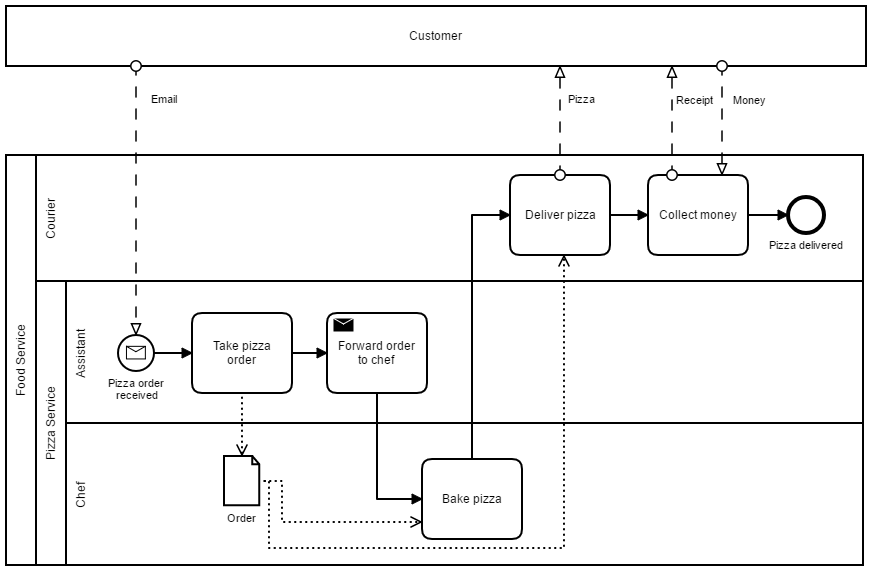
Before: images/pizza-service-operational-human-to-be-document.png, a diagram exported from BPMN (DigiBP/digibp-food-inc). Its source is kept beside it as modelling/pizza-service/pizza-service-operational-human-to-be-document.bpmn. Ids are renumbered. The source it was exported from:
```xml
<bpmn:definitions xmlns:bpmn="http://www.omg.org/spec/BPMN/20100524/MODEL" xmlns:bpmndi="http://www.omg.org/spec/BPMN/20100524/DI" xmlns:di="http://www.omg.org/spec/DD/20100524/DI" xmlns:dc="http://www.omg.org/spec/DD/20100524/DC" xmlns:xsi="http://www.w3.org/2001/XMLSchema-instance" id="Definitions_1" targetNamespace="http://bpmn.io/schema/bpmn" exporter="Camunda Modeler" exporterVersion="1.11.3">
  <bpmn:collaboration id="Collaboration_n1">
    <bpmn:participant id="Participant_n2" name="Food Service" processRef="Process_1" />
    <bpmn:participant id="Participant_n3" name="Customer" />
    <bpmn:messageFlow id="MessageFlow_n4" name="Email" sourceRef="Participant_n3" targetRef="StartEvent_n5" />
    <bpmn:messageFlow id="MessageFlow_n6" name="Pizza" sourceRef="Task_n7" targetRef="Participant_n3" />
    <bpmn:messageFlow id="MessageFlow_n8" name="Money" sourceRef="Participant_n3" targetRef="Task_n9" />
    <bpmn:messageFlow id="MessageFlow_n10" name="Receipt" sourceRef="Task_n9" targetRef="Participant_n3" />
  </bpmn:collaboration>
  <bpmn:process id="Process_1" isExecutable="true">
    <bpmn:laneSet>
      <bpmn:lane id="Lane_n11" name="Courier">
        <bpmn:flowNodeRef>Task_n9</bpmn:flowNodeRef>
        <bpmn:flowNodeRef>Task_n7</bpmn:flowNodeRef>
        <bpmn:flowNodeRef>EndEvent_n12</bpmn:flowNodeRef>
      </bpmn:lane>
      <bpmn:lane id="Lane_n13" name="Pizza Service">
        <bpmn:flowNodeRef>Task_n14</bpmn:flowNodeRef>
        <bpmn:flowNodeRef>Task_n15</bpmn:flowNodeRef>
        <bpmn:flowNodeRef>Task_n16</bpmn:flowNodeRef>
        <bpmn:flowNodeRef>StartEvent_n5</bpmn:flowNodeRef>
        <bpmn:childLaneSet xsi:type="bpmn:tLaneSet">
          <bpmn:lane id="Lane_n17" name="Assistant">
            <bpmn:flowNodeRef>Task_n15</bpmn:flowNodeRef>
            <bpmn:flowNodeRef>Task_n16</bpmn:flowNodeRef>
            <bpmn:flowNodeRef>StartEvent_n5</bpmn:flowNodeRef>
          </bpmn:lane>
          <bpmn:lane id="Lane_n18" name="Chef">
            <bpmn:flowNodeRef>Task_n14</bpmn:flowNodeRef>
          </bpmn:lane>
        </bpmn:childLaneSet>
      </bpmn:lane>
    </bpmn:laneSet>
    <bpmn:sequenceFlow id="SequenceFlow_n19" sourceRef="Task_n14" targetRef="Task_n7" />
    <bpmn:sequenceFlow id="SequenceFlow_n20" sourceRef="Task_n9" targetRef="EndEvent_n12" />
    <bpmn:sequenceFlow id="SequenceFlow_n21" sourceRef="Task_n7" targetRef="Task_n9" />
    <bpmn:endEvent id="EndEvent_n12" name="Pizza delivered">
      <bpmn:incoming>SequenceFlow_n20</bpmn:incoming>
    </bpmn:endEvent>
    <bpmn:task id="Task_n7" name="Deliver pizza">
      <bpmn:incoming>SequenceFlow_n19</bpmn:incoming>
      <bpmn:outgoing>SequenceFlow_n21</bpmn:outgoing>
      <bpmn:property id="Property_n22" name="__targetRef_placeholder" />
      <bpmn:dataInputAssociation id="DataInputAssociation_n23">
        <bpmn:sourceRef>DataObjectReference_n24</bpmn:sourceRef>
        <bpmn:targetRef>Property_n22</bpmn:targetRef>
      </bpmn:dataInputAssociation>
    </bpmn:task>
    <bpmn:task id="Task_n9" name="Collect money">
      <bpmn:incoming>SequenceFlow_n21</bpmn:incoming>
      <bpmn:outgoing>SequenceFlow_n20</bpmn:outgoing>
    </bpmn:task>
    <bpmn:sequenceFlow id="SequenceFlow_n25" sourceRef="StartEvent_n5" targetRef="Task_n15" />
    <bpmn:sequenceFlow id="SequenceFlow_n26" sourceRef="Task_n16" targetRef="Task_n14" />
    <bpmn:sequenceFlow id="SequenceFlow_n27" sourceRef="Task_n15" targetRef="Task_n16" />
    <bpmn:task id="Task_n14" name="Bake pizza">
      <bpmn:incoming>SequenceFlow_n26</bpmn:incoming>
      <bpmn:outgoing>SequenceFlow_n19</bpmn:outgoing>
      <bpmn:property id="Property_n28" name="__targetRef_placeholder" />
      <bpmn:dataInputAssociation id="DataInputAssociation_n29">
        <bpmn:sourceRef>DataObjectReference_n24</bpmn:sourceRef>
        <bpmn:targetRef>Property_n28</bpmn:targetRef>
      </bpmn:dataInputAssociation>
    </bpmn:task>
    <bpmn:task id="Task_n15" name="Take pizza order">
      <bpmn:incoming>SequenceFlow_n25</bpmn:incoming>
      <bpmn:outgoing>SequenceFlow_n27</bpmn:outgoing>
      <bpmn:dataOutputAssociation id="DataOutputAssociation_n30">
        <bpmn:targetRef>DataObjectReference_n24</bpmn:targetRef>
      </bpmn:dataOutputAssociation>
    </bpmn:task>
    <bpmn:dataObjectReference id="DataObjectReference_n24" name="Order" dataObjectRef="DataObject_n31" />
    <bpmn:dataObject id="DataObject_n31" />
    <bpmn:sendTask id="Task_n16" name="Forward order to chef">
      <bpmn:incoming>SequenceFlow_n27</bpmn:incoming>
      <bpmn:outgoing>SequenceFlow_n26</bpmn:outgoing>
    </bpmn:sendTask>
    <bpmn:startEvent id="StartEvent_n5" name="Pizza order received">
      <bpmn:outgoing>SequenceFlow_n25</bpmn:outgoing>
      <bpmn:messageEventDefinition />
    </bpmn:startEvent>
  </bpmn:process>
  <bpmndi:BPMNDiagram id="BPMNDiagram_1">
    <bpmndi:BPMNPlane id="BPMNPlane_1" bpmnElement="Collaboration_n1">
      <bpmndi:BPMNShape id="Participant_n2_di" bpmnElement="Participant_n2">
        <dc:Bounds x="116" y="182" width="857" height="410" />
      </bpmndi:BPMNShape>
      <bpmndi:BPMNShape id="Participant_1bxmz45_di" bpmnElement="Participant_n3">
        <dc:Bounds x="116" y="33" width="860" height="60" />
      </bpmndi:BPMNShape>
      <bpmndi:BPMNShape id="Lane_n11_di" bpmnElement="Lane_n11">
        <dc:Bounds x="146" y="182" width="827" height="126" />
      </bpmndi:BPMNShape>
      <bpmndi:BPMNShape id="Lane_n13_di" bpmnElement="Lane_n13">
        <dc:Bounds x="146" y="308" width="827" height="284" />
      </bpmndi:BPMNShape>
      <bpmndi:BPMNEdge id="MessageFlow_n4_di" bpmnElement="MessageFlow_n4">
        <di:waypoint xsi:type="dc:Point" x="246" y="93" />
        <di:waypoint xsi:type="dc:Point" x="246" y="362" />
        <bpmndi:BPMNLabel>
          <dc:Bounds x="261" y="118" width="27" height="12" />
        </bpmndi:BPMNLabel>
      </bpmndi:BPMNEdge>
      <bpmndi:BPMNShape id="Task_n14_di" bpmnElement="Task_n14">
        <dc:Bounds x="532" y="486" width="100" height="80" />
      </bpmndi:BPMNShape>
      <bpmndi:BPMNShape id="Task_n7_di" bpmnElement="Task_n7">
        <dc:Bounds x="620" y="202" width="100" height="80" />
      </bpmndi:BPMNShape>
      <bpmndi:BPMNEdge id="SequenceFlow_n19_di" bpmnElement="SequenceFlow_n19">
        <di:waypoint xsi:type="dc:Point" x="582" y="486" />
        <di:waypoint xsi:type="dc:Point" x="582" y="242" />
        <di:waypoint xsi:type="dc:Point" x="620" y="242" />
        <bpmndi:BPMNLabel>
          <dc:Bounds x="552" y="358" width="90" height="12" />
        </bpmndi:BPMNLabel>
      </bpmndi:BPMNEdge>
      <bpmndi:BPMNShape id="Task_n9_di" bpmnElement="Task_n9">
        <dc:Bounds x="758" y="202" width="100" height="80" />
      </bpmndi:BPMNShape>
      <bpmndi:BPMNEdge id="SequenceFlow_n21_di" bpmnElement="SequenceFlow_n21">
        <di:waypoint xsi:type="dc:Point" x="720" y="242" />
        <di:waypoint xsi:type="dc:Point" x="758" y="242" />
        <bpmndi:BPMNLabel>
          <dc:Bounds x="694" y="221" width="90" height="12" />
        </bpmndi:BPMNLabel>
      </bpmndi:BPMNEdge>
      <bpmndi:BPMNShape id="EndEvent_n12_di" bpmnElement="EndEvent_n12">
        <dc:Bounds x="898" y="224" width="36" height="36" />
        <bpmndi:BPMNLabel>
          <dc:Bounds x="879" y="264" width="74" height="12" />
        </bpmndi:BPMNLabel>
      </bpmndi:BPMNShape>
      <bpmndi:BPMNEdge id="SequenceFlow_n20_di" bpmnElement="SequenceFlow_n20">
        <di:waypoint xsi:type="dc:Point" x="858" y="242" />
        <di:waypoint xsi:type="dc:Point" x="898" y="242" />
        <bpmndi:BPMNLabel>
          <dc:Bounds x="833" y="221" width="90" height="12" />
        </bpmndi:BPMNLabel>
      </bpmndi:BPMNEdge>
      <bpmndi:BPMNEdge id="MessageFlow_n6_di" bpmnElement="MessageFlow_n6">
        <di:waypoint xsi:type="dc:Point" x="670" y="202" />
        <di:waypoint xsi:type="dc:Point" x="670" y="93" />
        <bpmndi:BPMNLabel>
          <dc:Bounds x="678" y="118" width="27" height="12" />
        </bpmndi:BPMNLabel>
      </bpmndi:BPMNEdge>
      <bpmndi:BPMNEdge id="MessageFlow_n8_di" bpmnElement="MessageFlow_n8">
        <di:waypoint xsi:type="dc:Point" x="832" y="93" />
        <di:waypoint xsi:type="dc:Point" x="832" y="202" />
        <bpmndi:BPMNLabel>
          <dc:Bounds x="843" y="119" width="33" height="12" />
        </bpmndi:BPMNLabel>
      </bpmndi:BPMNEdge>
      <bpmndi:BPMNEdge id="MessageFlow_n10_di" bpmnElement="MessageFlow_n10">
        <di:waypoint xsi:type="dc:Point" x="782" y="202" />
        <di:waypoint xsi:type="dc:Point" x="782" y="93" />
        <bpmndi:BPMNLabel>
          <dc:Bounds x="786" y="119" width="38" height="12" />
        </bpmndi:BPMNLabel>
      </bpmndi:BPMNEdge>
      <bpmndi:BPMNEdge id="SequenceFlow_n25_di" bpmnElement="SequenceFlow_n25">
        <di:waypoint xsi:type="dc:Point" x="264" y="380" />
        <di:waypoint xsi:type="dc:Point" x="302" y="380" />
        <bpmndi:BPMNLabel>
          <dc:Bounds x="238" y="359" width="90" height="12" />
        </bpmndi:BPMNLabel>
      </bpmndi:BPMNEdge>
      <bpmndi:BPMNShape id="Lane_n17_di" bpmnElement="Lane_n17">
        <dc:Bounds x="176" y="308" width="797" height="142" />
      </bpmndi:BPMNShape>
      <bpmndi:BPMNShape id="Lane_n18_di" bpmnElement="Lane_n18">
        <dc:Bounds x="176" y="450" width="797" height="142" />
      </bpmndi:BPMNShape>
      <bpmndi:BPMNShape id="Task_n15_di" bpmnElement="Task_n15">
        <dc:Bounds x="302" y="340" width="100" height="80" />
      </bpmndi:BPMNShape>
      <bpmndi:BPMNEdge id="SequenceFlow_n26_di" bpmnElement="SequenceFlow_n26">
        <di:waypoint xsi:type="dc:Point" x="487" y="420" />
        <di:waypoint xsi:type="dc:Point" x="487" y="526" />
        <di:waypoint xsi:type="dc:Point" x="532" y="526" />
        <bpmndi:BPMNLabel>
          <dc:Bounds x="457" y="467" width="90" height="12" />
        </bpmndi:BPMNLabel>
      </bpmndi:BPMNEdge>
      <bpmndi:BPMNEdge id="SequenceFlow_n27_di" bpmnElement="SequenceFlow_n27">
        <di:waypoint xsi:type="dc:Point" x="402" y="380" />
        <di:waypoint xsi:type="dc:Point" x="437" y="380" />
        <bpmndi:BPMNLabel>
          <dc:Bounds x="374.5" y="359" width="90" height="12" />
        </bpmndi:BPMNLabel>
      </bpmndi:BPMNEdge>
      <bpmndi:BPMNShape id="DataObjectReference_n24_di" bpmnElement="DataObjectReference_n24">
        <dc:Bounds x="334" y="483" width="36" height="50" />
        <bpmndi:BPMNLabel>
          <dc:Bounds x="337" y="537" width="30" height="12" />
        </bpmndi:BPMNLabel>
      </bpmndi:BPMNShape>
      <bpmndi:BPMNEdge id="DataInputAssociation_n29_di" bpmnElement="DataInputAssociation_n29">
        <di:waypoint xsi:type="dc:Point" x="370" y="508" />
        <di:waypoint xsi:type="dc:Point" x="392" y="508" />
        <di:waypoint xsi:type="dc:Point" x="392" y="549" />
        <di:waypoint xsi:type="dc:Point" x="532" y="549" />
      </bpmndi:BPMNEdge>
      <bpmndi:BPMNEdge id="DataOutputAssociation_n30_di" bpmnElement="DataOutputAssociation_n30">
        <di:waypoint xsi:type="dc:Point" x="352" y="420" />
        <di:waypoint xsi:type="dc:Point" x="352" y="483" />
      </bpmndi:BPMNEdge>
      <bpmndi:BPMNEdge id="DataInputAssociation_n23_di" bpmnElement="DataInputAssociation_n23">
        <di:waypoint xsi:type="dc:Point" x="370" y="508" />
        <di:waypoint xsi:type="dc:Point" x="379" y="508" />
        <di:waypoint xsi:type="dc:Point" x="379" y="575" />
        <di:waypoint xsi:type="dc:Point" x="674" y="575" />
        <di:waypoint xsi:type="dc:Point" x="674" y="282" />
      </bpmndi:BPMNEdge>
      <bpmndi:BPMNShape id="SendTask_0zsfdpu_di" bpmnElement="Task_n16">
        <dc:Bounds x="437" y="340" width="100" height="80" />
      </bpmndi:BPMNShape>
      <bpmndi:BPMNShape id="StartEvent_16pwjmw_di" bpmnElement="StartEvent_n5">
        <dc:Bounds x="228" y="362" width="36" height="36" />
        <bpmndi:BPMNLabel>
          <dc:Bounds x="218" y="402" width="57" height="24" />
        </bpmndi:BPMNLabel>
      </bpmndi:BPMNShape>
    </bpmndi:BPMNPlane>
  </bpmndi:BPMNDiagram>
</bpmn:definitions>
```
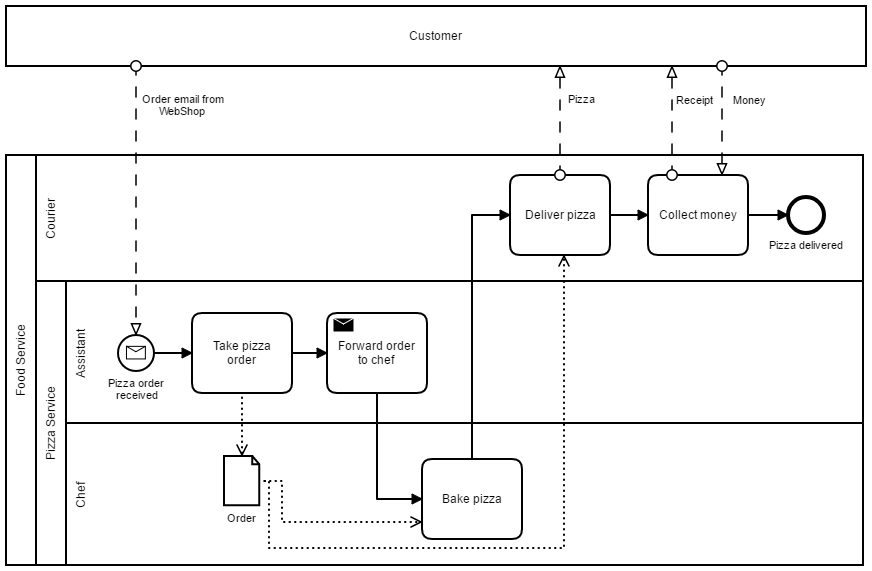
After the commit.

The edit, as a diff of the source:
```diff
@@ -2,7 +2,7 @@
   <bpmn:collaboration id="Collaboration_n1">
     <bpmn:participant id="Participant_n2" name="Food Service" processRef="Process_1" />
     <bpmn:participant id="Participant_n3" name="Customer" />
-    <bpmn:messageFlow id="MessageFlow_n4" name="Email" sourceRef="Participant_n3" targetRef="StartEvent_n5" />
+    <bpmn:messageFlow id="MessageFlow_n4" name="Order email from WebShop" sourceRef="Participant_n3" targetRef="StartEvent_n5" />
     <bpmn:messageFlow id="MessageFlow_n6" name="Pizza" sourceRef="Task_n7" targetRef="Participant_n3" />
     <bpmn:messageFlow id="MessageFlow_n8" name="Money" sourceRef="Participant_n3" targetRef="Task_n9" />
     <bpmn:messageFlow id="MessageFlow_n10" name="Receipt" sourceRef="Task_n9" targetRef="Participant_n3" />
@@ -98,7 +98,7 @@
         <di:waypoint xsi:type="dc:Point" x="246" y="93" />
         <di:waypoint xsi:type="dc:Point" x="246" y="362" />
         <bpmndi:BPMNLabel>
-          <dc:Bounds x="261" y="118" width="27" height="12" />
+          <dc:Bounds x="252" y="118" width="82" height="24" />
         </bpmndi:BPMNLabel>
       </bpmndi:BPMNEdge>
       <bpmndi:BPMNShape id="Task_n14_di" bpmnElement="Task_n14">
```
